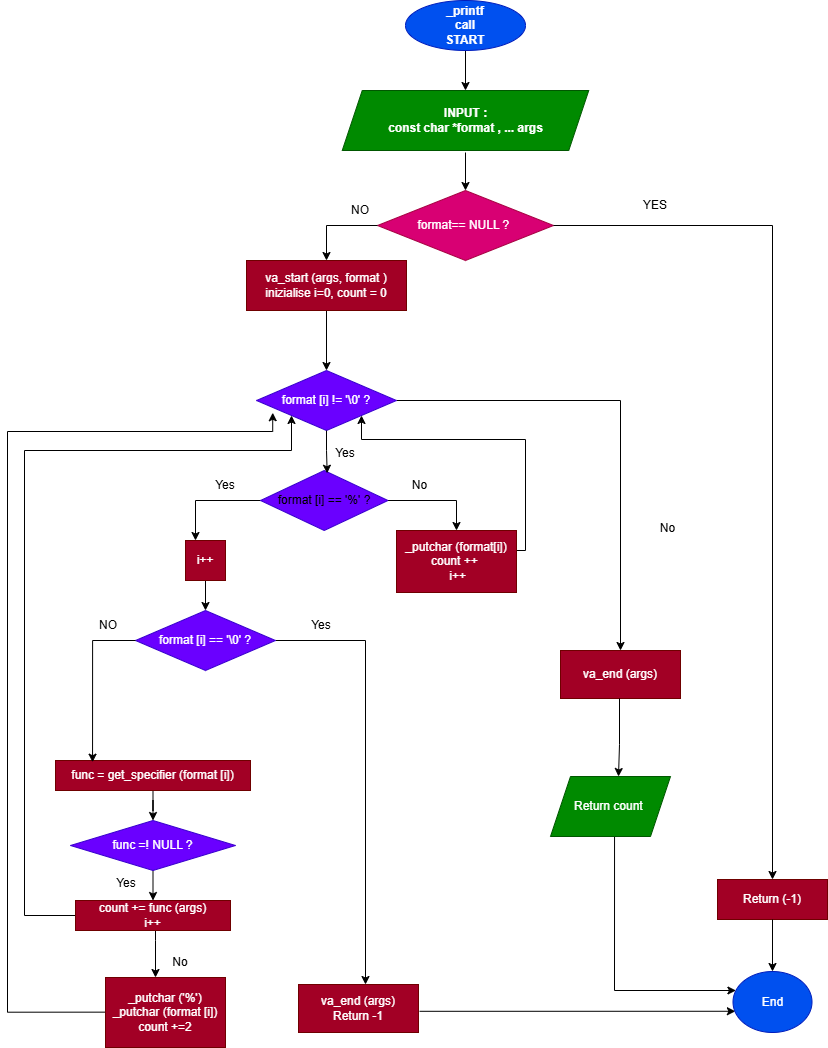
Earlier version of the draw.io export Flowchart project _printf.drawio.png (hugou74130/holbertonschool-printf). Source tidied: cells renumbered, new cells last; positions are measured from the earlier drawing's top-left corner, leaving out a move shared by most shapes.
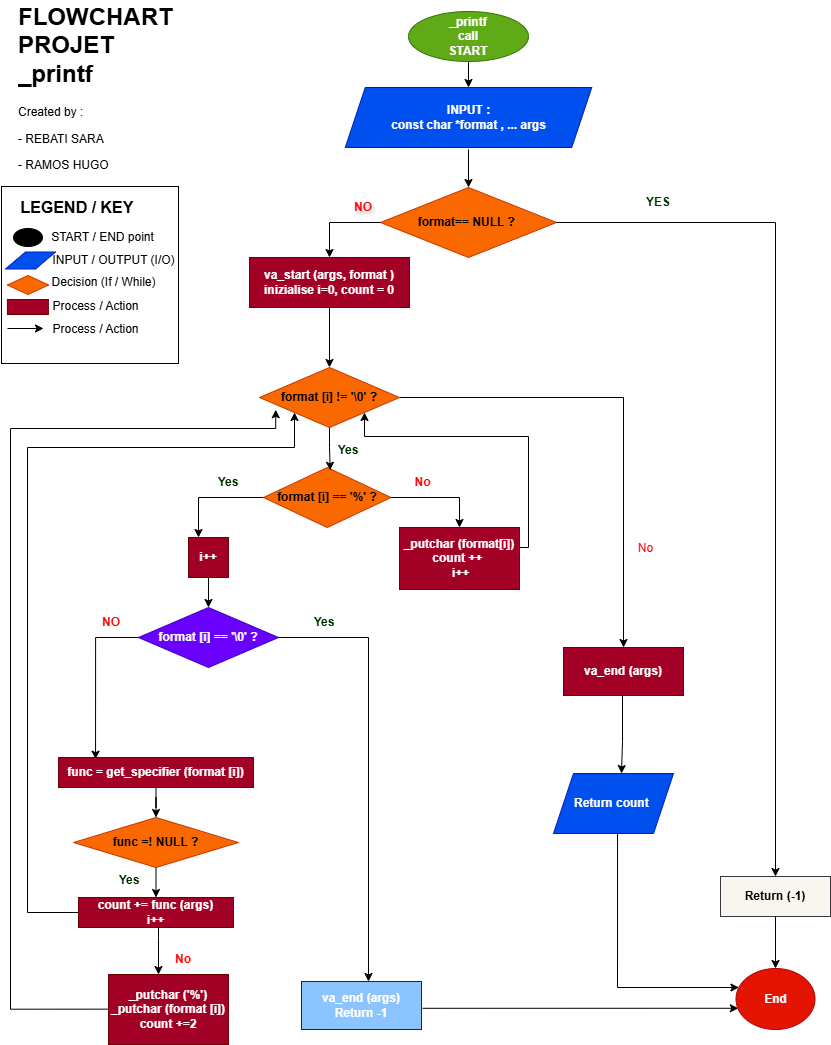
Above is the later version.

Commit message:
Adding the flowchart of the project _printf.c

Diff of the diagram source:
```diff
@@ -1,2 +1,2 @@
-<mxGraphModel background="light-dark(#FFFFFF,#BEBEBE)">
+<mxGraphModel background="light-dark(#FFFFFF,#C2C2C2)">
   <root>
@@ -4,2 +4,5 @@
     <mxCell id="1" parent="0" />
+    <mxCell id="54" style="whiteSpace=wrap;html=1;fillColor=light-dark(#FFFFFF,transparent);strokeColor=light-dark(#000000,#000000);labelBackgroundColor=none;" parent="1" vertex="1">
+      <mxGeometry x="-9" y="189" width="177" height="177" as="geometry" />
+    </mxCell>
     <mxCell id="2" style="edgeStyle=orthogonalEdgeStyle;rounded=0;jettySize=auto;html=1;exitX=0.5;exitY=1;exitDx=0;exitDy=0;entryX=0.5;entryY=0;entryDx=0;entryDy=0;" parent="1" edge="1" source="3" target="4">
@@ -7,9 +10,9 @@
     </mxCell>
-    <mxCell id="3" value="_printf&lt;br&gt;call&lt;br&gt;START" style="ellipse;whiteSpace=wrap;html=1;fontStyle=1;fillColor=#0050ef;fontColor=#ffffff;strokeColor=#001DBC;" parent="1" vertex="1">
-      <mxGeometry x="398" width="120" height="50" as="geometry" />
+    <mxCell id="3" value="_printf&lt;br&gt;call&lt;br&gt;START" style="ellipse;whiteSpace=wrap;html=1;fontStyle=1;fillColor=#60a917;fontColor=#ffffff;strokeColor=#2D7600;" parent="1" vertex="1">
+      <mxGeometry x="398" y="14" width="120" height="50" as="geometry" />
     </mxCell>
-    <mxCell id="4" value="INPUT :&lt;div&gt;const char *format , ... args&lt;/div&gt;" style="shape=parallelogram;perimeter=parallelogramPerimeter;whiteSpace=wrap;html=1;fixedSize=1;fontStyle=1;fontColor=#ffffff;fillColor=#008a00;strokeColor=#005700;" parent="1" vertex="1">
+    <mxCell id="4" value="INPUT :&lt;div&gt;const char *format , ... args&lt;/div&gt;" style="shape=parallelogram;perimeter=parallelogramPerimeter;whiteSpace=wrap;html=1;fixedSize=1;fontStyle=1;fontColor=#ffffff;fillColor=#0050ef;strokeColor=#001DBC;" parent="1" vertex="1">
       <mxGeometry x="334.8" y="90" width="246.5" height="60" as="geometry" />
     </mxCell>
-    <mxCell id="5" value="format== NULL ?&amp;nbsp;" style="rhombus;whiteSpace=wrap;html=1;fillColor=#d80073;fontColor=#ffffff;strokeColor=#A50040;" parent="1" vertex="1">
+    <mxCell id="5" value="&lt;span style=&quot;&quot;&gt;&lt;font style=&quot;color: light-dark(rgb(0, 0, 0), rgb(0, 0, 0));&quot;&gt;format== NULL ?&amp;nbsp;&lt;/font&gt;&lt;/span&gt;" style="rhombus;whiteSpace=wrap;html=1;fillColor=#fa6800;fontColor=#000000;strokeColor=#C73500;labelBackgroundColor=none;fontStyle=1;" parent="1" vertex="1">
       <mxGeometry x="370" y="190" width="176" height="70" as="geometry" />
@@ -19,3 +22,3 @@
     </mxCell>
-    <mxCell id="7" value="va_start (args, format )&lt;br&gt;inizialise i=0, count = 0" style="rounded=0;whiteSpace=wrap;html=1;fillColor=#a20025;fontColor=#ffffff;strokeColor=#6F0000;" parent="1" vertex="1">
+    <mxCell id="7" value="va_start (args, format )&lt;br&gt;inizialise i=0, count = 0" style="rounded=0;whiteSpace=wrap;html=1;fillColor=light-dark(#A20025,#8CC4FF);fontColor=#ffffff;strokeColor=#6F0000;fontStyle=1;" parent="1" vertex="1">
       <mxGeometry x="239" y="260" width="160" height="50" as="geometry" />
@@ -28,3 +31,3 @@
     </mxCell>
-    <mxCell id="10" value="&lt;font style=&quot;color: light-dark(rgb(0, 0, 0), rgb(11, 11, 11));&quot;&gt;format [i] &lt;span style=&quot;background-color: transparent;&quot;&gt;== '%' ?&lt;/span&gt;&lt;/font&gt;" style="rhombus;whiteSpace=wrap;html=1;fillColor=#6a00ff;fontColor=#ffffff;strokeColor=#3700CC;" parent="1" vertex="1">
+    <mxCell id="10" value="&lt;font style=&quot;color: light-dark(rgb(0, 0, 0), rgb(11, 11, 11));&quot;&gt;format [i] &lt;span style=&quot;background-color: transparent;&quot;&gt;== '%' ?&lt;/span&gt;&lt;/font&gt;" style="rhombus;whiteSpace=wrap;html=1;fillColor=#fa6800;fontColor=#000000;strokeColor=#C73500;fontStyle=1;" parent="1" vertex="1">
       <mxGeometry x="253" y="470" width="127.5" height="60" as="geometry" />
@@ -38,6 +41,6 @@
     </mxCell>
-    <mxCell id="12" value="YES" style="text;html=1;whiteSpace=wrap;strokeColor=none;fillColor=none;align=center;verticalAlign=middle;rounded=0;" parent="1" vertex="1">
+    <mxCell id="12" value="YES" style="text;html=1;whiteSpace=wrap;strokeColor=none;fillColor=none;align=center;verticalAlign=middle;rounded=0;labelBackgroundColor=none;fontStyle=1;strokeWidth=0;fontColor=light-dark(#003300,#003300);" parent="1" vertex="1">
       <mxGeometry x="618" y="190" width="60" height="30" as="geometry" />
     </mxCell>
-    <mxCell id="13" value="&lt;div&gt;Return (-1)&lt;/div&gt;" style="rounded=0;whiteSpace=wrap;html=1;fillColor=#a20025;fontColor=#ffffff;strokeColor=#6F0000;" parent="1" vertex="1">
+    <mxCell id="13" value="&lt;div&gt;&lt;font style=&quot;color: light-dark(rgb(0, 0, 0), rgb(0, 0, 0));&quot;&gt;Return (-1)&lt;/font&gt;&lt;/div&gt;" style="rounded=0;whiteSpace=wrap;html=1;fillColor=light-dark(#F9F7ED,#8CC4FF);strokeColor=#36393d;fontStyle=1;" parent="1" vertex="1">
       <mxGeometry x="710" y="879" width="110" height="40" as="geometry" />
@@ -51,3 +54,3 @@
     </mxCell>
-    <mxCell id="15" value="NO" style="text;html=1;whiteSpace=wrap;strokeColor=none;fillColor=none;align=center;verticalAlign=middle;rounded=0;" parent="1" vertex="1">
+    <mxCell id="15" value="&lt;span style=&quot;&quot;&gt;NO&lt;/span&gt;" style="text;html=1;whiteSpace=wrap;strokeColor=none;fillColor=none;align=center;verticalAlign=middle;rounded=0;labelBackgroundColor=none;textShadow=1;fontStyle=1;fontColor=light-dark(#FF0000,#FF0000);" parent="1" vertex="1">
       <mxGeometry x="323" y="200" width="60" height="20" as="geometry" />
@@ -59,6 +62,6 @@
     </mxCell>
-    <mxCell id="17" value="No" style="text;html=1;whiteSpace=wrap;strokeColor=none;fillColor=none;align=center;verticalAlign=middle;rounded=0;" parent="1" vertex="1">
-      <mxGeometry x="643" y="513" width="35" height="30" as="geometry" />
+    <mxCell id="17" value="No" style="text;html=1;whiteSpace=wrap;strokeColor=none;fillColor=none;align=center;verticalAlign=middle;rounded=0;labelBackgroundColor=none;fontColor=light-dark(#FF0000,#FF0000);" parent="1" vertex="1">
+      <mxGeometry x="618" y="536" width="35" height="30" as="geometry" />
     </mxCell>
-    <mxCell id="18" value="Yes" style="text;html=1;whiteSpace=wrap;strokeColor=none;fillColor=none;align=center;verticalAlign=middle;rounded=0;" parent="1" vertex="1">
+    <mxCell id="18" value="Yes" style="text;html=1;whiteSpace=wrap;strokeColor=none;fillColor=none;align=center;verticalAlign=middle;rounded=0;labelBackgroundColor=none;fontStyle=1;fontColor=light-dark(#003300,#003300);" parent="1" vertex="1">
       <mxGeometry x="308" y="438" width="60" height="30" as="geometry" />
@@ -72,3 +75,3 @@
     </mxCell>
-    <mxCell id="20" value="format [i] != '\0' ?" style="rhombus;whiteSpace=wrap;html=1;fillColor=#6a00ff;fontColor=#ffffff;strokeColor=#3700CC;" parent="1" vertex="1">
+    <mxCell id="20" value="&lt;font style=&quot;color: light-dark(rgb(0, 0, 0), rgb(0, 0, 0));&quot;&gt;format [i] != '\0' ?&lt;/font&gt;" style="rhombus;whiteSpace=wrap;html=1;fillColor=#fa6800;fontColor=#000000;strokeColor=#C73500;fontStyle=1;" parent="1" vertex="1">
       <mxGeometry x="249" y="370" width="140" height="60" as="geometry" />
@@ -88,3 +91,3 @@
     </mxCell>
-    <mxCell id="23" value="_putchar (format[i])&lt;div&gt;count ++&amp;nbsp;&lt;/div&gt;&lt;div&gt;&amp;nbsp;i++&lt;/div&gt;" style="rounded=0;whiteSpace=wrap;html=1;fillColor=#a20025;fontColor=#ffffff;strokeColor=#6F0000;" parent="1" vertex="1">
+    <mxCell id="23" value="_putchar (format[i])&lt;div&gt;count ++&amp;nbsp;&lt;/div&gt;&lt;div&gt;&amp;nbsp;i++&lt;/div&gt;" style="rounded=0;whiteSpace=wrap;html=1;fillColor=light-dark(#a20025, #8cc4ff);fontColor=#ffffff;strokeColor=#6F0000;fontStyle=1;" parent="1" vertex="1">
       <mxGeometry x="389" y="530" width="120" height="62" as="geometry" />
@@ -94,3 +97,3 @@
     </mxCell>
-    <mxCell id="25" value="i++" style="rounded=0;whiteSpace=wrap;html=1;fillColor=#a20025;fontColor=#ffffff;strokeColor=#6F0000;" parent="1" vertex="1">
+    <mxCell id="25" value="i++" style="rounded=0;whiteSpace=wrap;html=1;fillColor=light-dark(#a20025, #8cc4ff);fontColor=#ffffff;strokeColor=#6F0000;fontStyle=1;" parent="1" vertex="1">
       <mxGeometry x="178" y="540" width="40" height="40" as="geometry" />
@@ -104,6 +107,6 @@
     </mxCell>
-    <mxCell id="27" value="format [i] == '\0' ?" style="rhombus;whiteSpace=wrap;html=1;fillColor=#6a00ff;fontColor=#ffffff;strokeColor=#3700CC;" parent="1" vertex="1">
+    <mxCell id="27" value="format [i] == '\0' ?" style="rhombus;whiteSpace=wrap;html=1;fillColor=light-dark(#6a00ff, #e96b12);fontColor=#ffffff;strokeColor=#3700CC;fontStyle=1;" parent="1" vertex="1">
       <mxGeometry x="128" y="610" width="140" height="60" as="geometry" />
     </mxCell>
-    <mxCell id="28" value="va_end (args)&lt;div&gt;Return -1&lt;/div&gt;" style="whiteSpace=wrap;html=1;fillColor=#a20025;fontColor=#ffffff;strokeColor=#6F0000;" parent="1" vertex="1">
+    <mxCell id="28" value="va_end (args)&lt;div&gt;Return -1&lt;/div&gt;" style="whiteSpace=wrap;html=1;fillColor=light-dark(#8CC4FF, #8cc4ff);fontColor=#ffffff;strokeColor=#001DBC;fontStyle=1;" parent="1" vertex="1">
       <mxGeometry x="291" y="984" width="120" height="48" as="geometry" />
@@ -115,3 +118,3 @@
     </mxCell>
-    <mxCell id="30" value="Yes" style="text;html=1;whiteSpace=wrap;strokeColor=none;fillColor=none;align=center;verticalAlign=middle;rounded=0;" parent="1" vertex="1">
+    <mxCell id="30" value="Yes" style="text;html=1;whiteSpace=wrap;strokeColor=none;fillColor=none;align=center;verticalAlign=middle;rounded=0;labelBackgroundColor=none;fontStyle=1;fontColor=light-dark(#003300,#003300);" parent="1" vertex="1">
       <mxGeometry x="299" y="610" width="30" height="30" as="geometry" />
@@ -121,6 +124,6 @@
     </mxCell>
-    <mxCell id="32" value="func = get_specifier (format [i])" style="rounded=0;whiteSpace=wrap;html=1;fillColor=#a20025;fontColor=#ffffff;strokeColor=#6F0000;" parent="1" vertex="1">
+    <mxCell id="32" value="func = get_specifier (format [i])" style="rounded=0;whiteSpace=wrap;html=1;fillColor=light-dark(#a20025, #8cc4ff);fontColor=#ffffff;strokeColor=#6F0000;fontStyle=1;" parent="1" vertex="1">
       <mxGeometry x="48" y="760" width="195" height="30" as="geometry" />
     </mxCell>
-    <mxCell id="33" value="NO" style="text;html=1;whiteSpace=wrap;strokeColor=none;fillColor=none;align=center;verticalAlign=middle;rounded=0;" parent="1" vertex="1">
+    <mxCell id="33" value="NO" style="text;html=1;whiteSpace=wrap;strokeColor=none;fillColor=none;align=center;verticalAlign=middle;rounded=0;labelBackgroundColor=none;fontStyle=1;fontColor=light-dark(#FF0000,#FF0000);" parent="1" vertex="1">
       <mxGeometry x="80.5" y="610" width="40" height="30" as="geometry" />
@@ -130,3 +133,3 @@
     </mxCell>
-    <mxCell id="35" value="func =! NULL ?" style="rhombus;whiteSpace=wrap;html=1;rounded=0;fillColor=#6a00ff;fontColor=#ffffff;strokeColor=#3700CC;" parent="1" vertex="1">
+    <mxCell id="35" value="&lt;font style=&quot;color: light-dark(rgb(0, 0, 0), rgb(0, 0, 0));&quot;&gt;func =! NULL ?&lt;/font&gt;" style="rhombus;whiteSpace=wrap;html=1;rounded=0;fillColor=#fa6800;fontColor=#000000;strokeColor=#C73500;fontStyle=1;" parent="1" vertex="1">
       <mxGeometry x="63" y="820" width="165" height="50" as="geometry" />
@@ -151,9 +154,9 @@
     </mxCell>
-    <mxCell id="38" value="count += func (args)&lt;div&gt;i++&lt;/div&gt;" style="rounded=0;whiteSpace=wrap;html=1;fillColor=#a20025;fontColor=#ffffff;strokeColor=#6F0000;" parent="1" vertex="1">
+    <mxCell id="38" value="count += func (args)&lt;div&gt;i++&lt;/div&gt;" style="rounded=0;whiteSpace=wrap;html=1;fillColor=light-dark(#a20025, #8cc4ff);fontColor=#ffffff;strokeColor=#6F0000;fontStyle=1;" parent="1" vertex="1">
       <mxGeometry x="68" y="900" width="155" height="30" as="geometry" />
     </mxCell>
-    <mxCell id="39" value="Yes" style="text;html=1;whiteSpace=wrap;strokeColor=none;fillColor=none;align=center;verticalAlign=middle;rounded=0;" parent="1" vertex="1">
+    <mxCell id="39" value="Yes" style="text;html=1;whiteSpace=wrap;strokeColor=none;fillColor=none;align=center;verticalAlign=middle;rounded=0;labelBackgroundColor=none;fontStyle=1;fontColor=light-dark(#003300,#003300);" parent="1" vertex="1">
       <mxGeometry x="104" y="873" width="30" height="20" as="geometry" />
     </mxCell>
-    <mxCell id="40" value="_putchar ('%')&lt;div&gt;_putchar (format [i])&lt;/div&gt;&lt;div&gt;count +=2&lt;/div&gt;" style="whiteSpace=wrap;html=1;rounded=0;fillColor=#a20025;fontColor=#ffffff;strokeColor=#6F0000;" parent="1" vertex="1">
+    <mxCell id="40" value="_putchar ('%')&lt;div&gt;_putchar (format [i])&lt;/div&gt;&lt;div&gt;count +=2&lt;/div&gt;" style="whiteSpace=wrap;html=1;rounded=0;fillColor=light-dark(#a20025, #8cc4ff);fontColor=#ffffff;strokeColor=#6F0000;fontStyle=1;" parent="1" vertex="1">
       <mxGeometry x="98" y="977" width="120" height="70" as="geometry" />
@@ -169,3 +172,3 @@
     </mxCell>
-    <mxCell id="42" value="No" style="text;html=1;whiteSpace=wrap;strokeColor=none;fillColor=none;align=center;verticalAlign=middle;rounded=0;" parent="1" vertex="1">
+    <mxCell id="42" value="No" style="text;html=1;whiteSpace=wrap;strokeColor=none;fillColor=none;align=center;verticalAlign=middle;rounded=0;labelBackgroundColor=none;fontStyle=1;fontColor=light-dark(#FF0000,#FF0000);" parent="1" vertex="1">
       <mxGeometry x="158" y="947" width="30" height="30" as="geometry" />
@@ -180,3 +183,3 @@
     </mxCell>
-    <mxCell id="44" value="Return count&amp;nbsp;" style="shape=parallelogram;perimeter=parallelogramPerimeter;whiteSpace=wrap;html=1;fixedSize=1;fillColor=#008a00;fontColor=#ffffff;strokeColor=#005700;" parent="1" vertex="1">
+    <mxCell id="44" value="Return count&amp;nbsp;" style="shape=parallelogram;perimeter=parallelogramPerimeter;whiteSpace=wrap;html=1;fixedSize=1;fillColor=#0050ef;fontColor=#ffffff;strokeColor=#001DBC;fontStyle=1;" parent="1" vertex="1">
       <mxGeometry x="543" y="776" width="120" height="60" as="geometry" />
@@ -186,6 +189,6 @@
     </mxCell>
-    <mxCell id="46" value="No" style="text;html=1;whiteSpace=wrap;strokeColor=none;fillColor=none;align=center;verticalAlign=middle;rounded=0;" parent="1" vertex="1">
+    <mxCell id="46" value="No" style="text;html=1;whiteSpace=wrap;strokeColor=none;fillColor=none;align=center;verticalAlign=middle;rounded=0;labelBackgroundColor=none;fontStyle=1;fontColor=light-dark(#FF0000,#FF0000);" parent="1" vertex="1">
       <mxGeometry x="394.8" y="470" width="35" height="30" as="geometry" />
     </mxCell>
-    <mxCell id="47" value="Yes" style="text;html=1;whiteSpace=wrap;strokeColor=none;fillColor=none;align=center;verticalAlign=middle;rounded=0;" parent="1" vertex="1">
+    <mxCell id="47" value="Yes" style="text;html=1;whiteSpace=wrap;strokeColor=none;fillColor=none;align=center;verticalAlign=middle;rounded=0;labelBackgroundColor=none;fontStyle=1;fontColor=light-dark(#003300,#003300);" parent="1" vertex="1">
       <mxGeometry x="188" y="470" width="60" height="30" as="geometry" />
@@ -195,3 +198,3 @@
     </mxCell>
-    <mxCell id="49" value="va_end (args)" style="whiteSpace=wrap;html=1;fillColor=#a20025;fontColor=#ffffff;strokeColor=#6F0000;" parent="1" vertex="1">
+    <mxCell id="49" value="va_end (args)" style="whiteSpace=wrap;html=1;fillColor=#a20025;fontColor=#ffffff;strokeColor=#6F0000;fontStyle=1;" parent="1" vertex="1">
       <mxGeometry x="553" y="650" width="120" height="48" as="geometry" />
@@ -218,5 +221,44 @@
     </mxCell>
-    <mxCell id="53" value="End" style="ellipse;whiteSpace=wrap;html=1;fillColor=#0050ef;fontColor=#ffffff;strokeColor=#001DBC;" parent="1" vertex="1">
+    <mxCell id="53" value="End" style="ellipse;whiteSpace=wrap;html=1;fillColor=light-dark(#E51400,#FF1515);fontColor=#ffffff;strokeColor=#B20000;fontStyle=1;" parent="1" vertex="1">
       <mxGeometry x="725.5" y="971" width="79" height="61" as="geometry" />
     </mxCell>
+    <mxCell id="55" value="&lt;h1 style=&quot;margin-top: 0px;&quot;&gt;&lt;font style=&quot;color: light-dark(rgb(0, 0, 0), rgb(17, 17, 17));&quot;&gt;FLOWCHART&amp;nbsp;&lt;br&gt;PROJET&amp;nbsp;&lt;br&gt;_printf&lt;/font&gt;&lt;/h1&gt;&lt;p&gt;&lt;font style=&quot;color: light-dark(rgb(0, 0, 0), rgb(17, 17, 17));&quot;&gt;Created by :&amp;nbsp;&lt;/font&gt;&lt;/p&gt;&lt;p&gt;&lt;font style=&quot;color: light-dark(rgb(0, 0, 0), rgb(17, 17, 17));&quot;&gt;- REBATI SARA&amp;nbsp;&lt;/font&gt;&lt;/p&gt;&lt;p&gt;&lt;font style=&quot;color: light-dark(rgb(0, 0, 0), rgb(17, 17, 17));&quot;&gt;- RAMOS HUGO&lt;/font&gt;&lt;/p&gt;" style="text;html=1;whiteSpace=wrap;overflow=hidden;rounded=0;verticalAlign=middle;labelBackgroundColor=none;" parent="1" vertex="1">
+      <mxGeometry x="6" y="3" width="203" height="186" as="geometry" />
+    </mxCell>
+    <mxCell id="56" value="LEGEND / KEY" style="text;html=1;whiteSpace=wrap;strokeColor=none;fillColor=none;align=center;verticalAlign=middle;rounded=0;fontSize=16;fontStyle=1;fontColor=light-dark(#000000,#000000);" parent="1" vertex="1">
+      <mxGeometry x="-5" y="195" width="144" height="30" as="geometry" />
+    </mxCell>
+    <mxCell id="57" style="ellipse;whiteSpace=wrap;html=1;strokeColor=light-dark(#000000,#009900);fillColor=light-dark(#000000,#009900);" parent="1" vertex="1">
+      <mxGeometry x="3" y="231" width="29" height="18" as="geometry" />
+    </mxCell>
+    <mxCell id="58" value="START / END point" style="text;html=1;whiteSpace=wrap;strokeColor=none;fillColor=none;align=center;verticalAlign=middle;rounded=0;fontColor=light-dark(#000000,#000000);" parent="1" vertex="1">
+      <mxGeometry x="39" y="224.5" width="107" height="30" as="geometry" />
+    </mxCell>
+    <mxCell id="59" value="INPUT / OUTPUT (I/O)" style="text;html=1;whiteSpace=wrap;strokeColor=none;fillColor=none;align=center;verticalAlign=middle;rounded=0;fontColor=light-dark(#000000,#000000);" parent="1" vertex="1">
+      <mxGeometry x="39" y="248" width="129" height="30" as="geometry" />
+    </mxCell>
+    <mxCell id="60" value="Decision (If / While)" style="text;html=1;whiteSpace=wrap;strokeColor=none;fillColor=none;align=center;verticalAlign=middle;rounded=0;fontColor=light-dark(#000000,#000000);" parent="1" vertex="1">
+      <mxGeometry x="29" y="270" width="129" height="30" as="geometry" />
+    </mxCell>
+    <mxCell id="61" value="Process / Action" style="text;html=1;whiteSpace=wrap;strokeColor=none;fillColor=none;align=center;verticalAlign=middle;rounded=0;fontColor=light-dark(#000000,#000000);" parent="1" vertex="1">
+      <mxGeometry x="21" y="294" width="129" height="30" as="geometry" />
+    </mxCell>
+    <mxCell id="62" style="endArrow=classic;html=1;rounded=0;fontColor=light-dark(#000000,#000000);labelBackgroundColor=light-dark(#FFFFFF,#000000);strokeColor=light-dark(#000000,#000000);" parent="1" edge="1">
+      <mxGeometry relative="1" as="geometry">
+        <mxPoint x="-3" y="331" as="sourcePoint" />
+        <mxPoint x="33" y="331" as="targetPoint" />
+      </mxGeometry>
+    </mxCell>
+    <mxCell id="63" value="Process / Action" style="text;html=1;whiteSpace=wrap;strokeColor=none;fillColor=none;align=center;verticalAlign=middle;rounded=0;fontColor=light-dark(#000000,#000000);" parent="1" vertex="1">
+      <mxGeometry x="21" y="317" width="129" height="30" as="geometry" />
+    </mxCell>
+    <mxCell id="64" style="shape=parallelogram;perimeter=parallelogramPerimeter;whiteSpace=wrap;html=1;fixedSize=1;fontStyle=1;fontColor=#ffffff;fillColor=#0050ef;strokeColor=#001DBC;" parent="1" vertex="1">
+      <mxGeometry x="-5" y="254.5" width="50" height="17" as="geometry" />
+    </mxCell>
+    <mxCell id="65" style="rhombus;whiteSpace=wrap;html=1;fillColor=#fa6800;fontColor=#000000;strokeColor=#C73500;labelBackgroundColor=none;fontStyle=1;" parent="1" vertex="1">
+      <mxGeometry x="-3.1" y="278" width="41.2" height="19" as="geometry" />
+    </mxCell>
+    <mxCell id="66" style="rounded=0;whiteSpace=wrap;html=1;fillColor=light-dark(#A20025,#8CC4FF);fontColor=#ffffff;strokeColor=#6F0000;fontStyle=1;" parent="1" vertex="1">
+      <mxGeometry x="-3.1" y="302" width="41" height="15" as="geometry" />
+    </mxCell>
   </root>
```
